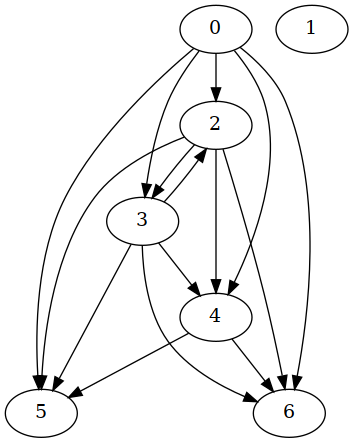
Earlier version of the Graphviz export routing_graph.png (XushengLuo92/Hierarchical-LTL). Its source is kept beside it as routing_graph.dot.
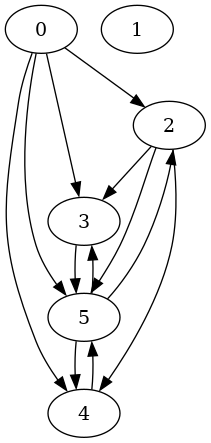
The same diagram one commit later.

Change to the diagram source:
```diff
@@ -1,25 +1,21 @@
 strict digraph "" {
 	graph [type=routing_graph];
 	0	[location_type_component_task_element="['r1', 1, 1, -1]"];
-	2	[location_type_component_task_element="['l4', 1, 1, 'l100', 1]"];
+	2	[location_type_component_task_element="['p1', 1, 1, 'p0', 3]"];
 	0 -> 2	[weight=10];
-	3	[location_type_component_task_element="['l2', 1, 1, 'l100', 2]"];
+	3	[location_type_component_task_element="['p2', 1, 1, 'p100', 1]"];
 	0 -> 3	[weight=10];
-	4	[location_type_component_task_element="['l3', 1, 1, 'l200', 1]"];
+	4	[location_type_component_task_element="['p4', 1, 1, 'p200', 1]"];
 	0 -> 4	[weight=10];
-	5	[location_type_component_task_element="['l5', 1, 1, 'l200', 2]"];
+	5	[location_type_component_task_element="['p5', 1, 1, 'p300', 1]"];
 	0 -> 5	[weight=10];
-	6	[location_type_component_task_element="['l1', 1, 1, 'l200', 2]"];
-	0 -> 6	[weight=10];
 	1	[location_type_component_task_element="['r2', 2, 1, -1]"];
-	2 -> 3	[weight=1];
+	2 -> 3	[weight=10];
 	2 -> 4	[weight=10];
 	2 -> 5	[weight=10];
-	2 -> 6	[weight=10];
-	3 -> 2	[weight=1];
-	3 -> 4	[weight=10];
 	3 -> 5	[weight=10];
-	3 -> 6	[weight=10];
-	4 -> 5	[weight=1];
-	4 -> 6	[weight=1];
+	4 -> 5	[weight=10];
+	5 -> 2	[weight=10];
+	5 -> 3	[weight=10];
+	5 -> 4	[weight=10];
 }
```
